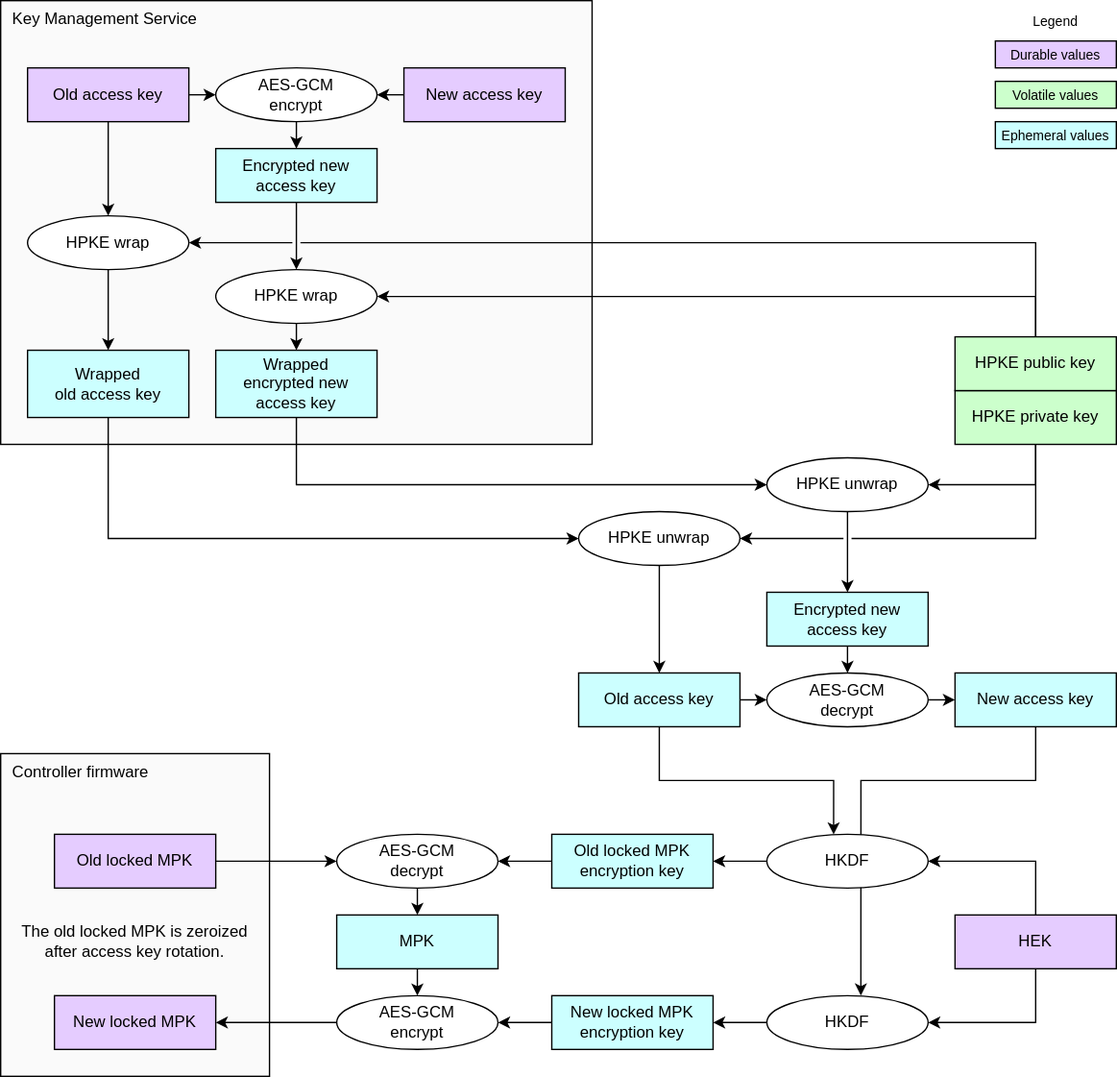
Earlier version of the draw.io export doc/ocp_lock/diagrams/mpk_access_key_rotation.drawio.svg (chipsalliance/Caliptra). Source tidied: cells renumbered, new cells last; positions are measured from the earlier drawing's top-left corner, leaving out a move shared by most shapes.
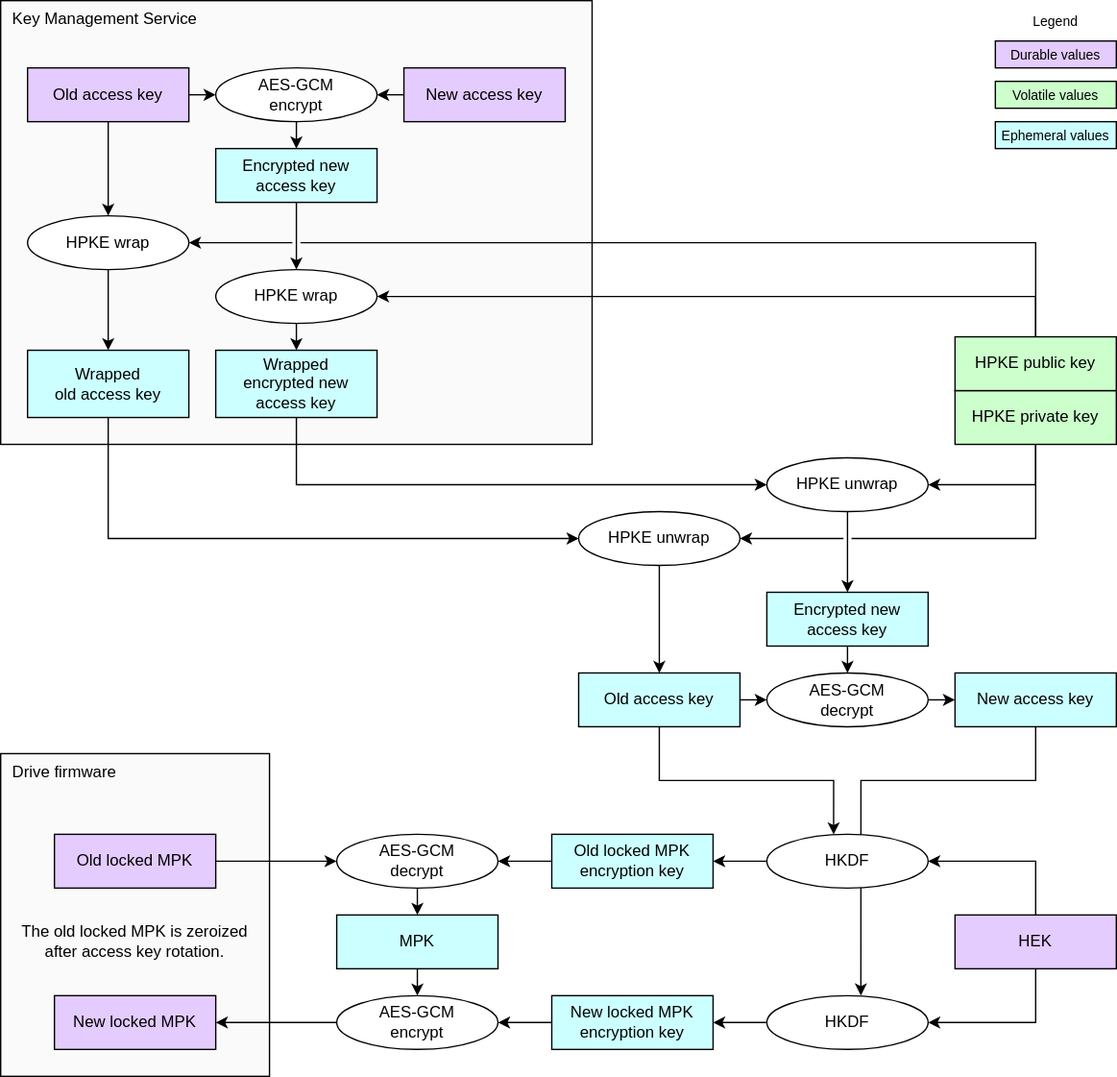
After the commit.

Diff of the diagram source:
```diff
@@ -5,7 +5,7 @@
     <mxCell id="2" value="Key Management Service" style="rounded=0;whiteSpace=wrap;html=1;fillColor=#FAFAFA;strokeColor=#000000;align=left;verticalAlign=top;spacingLeft=7;" parent="1" vertex="1">
       <mxGeometry width="440" height="330" as="geometry" />
     </mxCell>
-    <mxCell id="3" value="Controller firmware" style="rounded=0;whiteSpace=wrap;html=1;fillColor=#FAFAFA;strokeColor=#000000;align=left;verticalAlign=top;spacingLeft=7;" parent="1" vertex="1">
+    <mxCell id="3" value="Drive firmware" style="rounded=0;whiteSpace=wrap;html=1;fillColor=#FAFAFA;strokeColor=#000000;align=left;verticalAlign=top;spacingLeft=7;" parent="1" vertex="1">
       <mxGeometry y="560" width="200" height="240" as="geometry" />
     </mxCell>
     <mxCell id="4" value="&lt;div&gt;&lt;font color=&quot;#000000&quot;&gt;Old locked MPK&lt;/font&gt;&lt;/div&gt;" style="rounded=0;whiteSpace=wrap;html=1;align=center;verticalAlign=middle;shadow=0;glass=0;spacingLeft=0;spacingBottom=0;spacingTop=0;fillColor=#E5CCFF;" parent="1" vertex="1">
```
